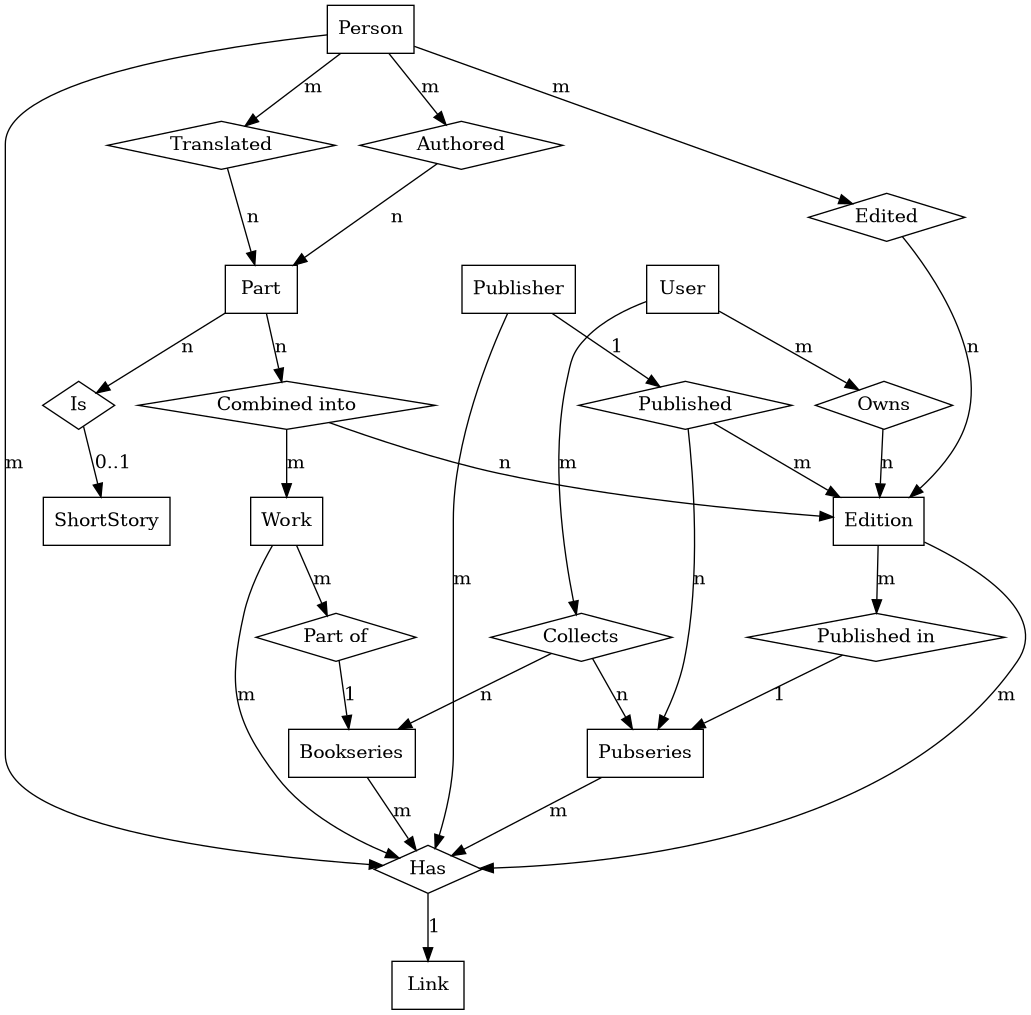
Makistos/suomisf keeps this Graphviz diagram as data-er.png. Above is the earlier version. Its source is kept beside it as data-er.gv.
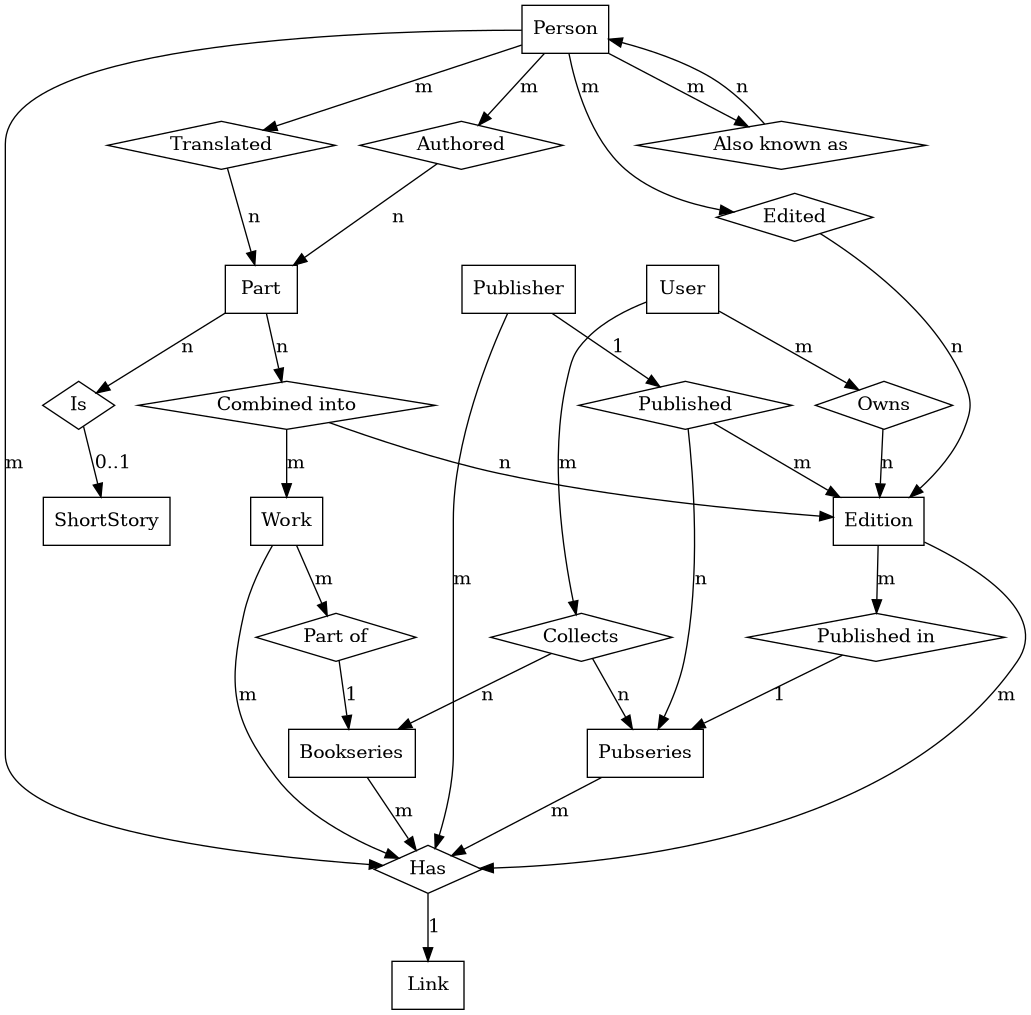
The same diagram one commit later.

Commit message:
Added alias table to schema. Some small fixes.

The edit, as a diff of the source:
```diff
@@ -23,8 +23,11 @@
 		"Collects";
                 Is;
                 Has;
+                "Also known as";
 
 	Person -> Authored [label = "m"];
+        Person -> "Also known as" [label = "m"];
+        "Also known as" -> Person [label = "n"];
 	Authored -> Part [label = "n"];
 	Person -> Translated [label = "m"];
 	Translated -> Part [label = "n"];
```
